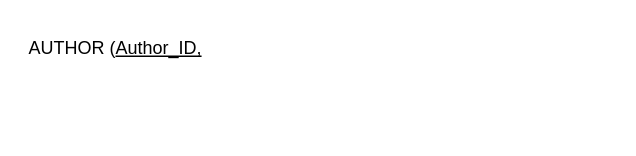
The draw.io diagram Relational_DB_schema.drawio in S0ra1n0/Database_Programming, before the edit. Source tidied: cells renumbered, new cells numbered last; positions are measured from the earlier drawing's top-left corner, leaving out a move shared by most shapes. Both pictures are drawn from the tidied source at 150%, with x=0, y=0 at pixel (26, 26).
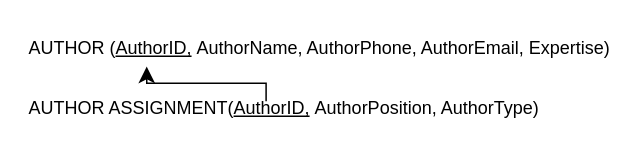
The same diagram, later.

Commit message (it also covers changes not shown here):
Cập nhật Relational_DB_schema.drawio

Change to the diagram source:
```diff
@@
 <mxGraphModel>
   <root>
     <mxCell id="0" />
     <mxCell id="1" parent="0" />
-    <mxCell id="2" value="AUTHOR (&lt;u&gt;Author_ID,&lt;/u&gt;&amp;nbsp;" style="text;html=1;whiteSpace=wrap;strokeColor=none;fillColor=none;align=left;verticalAlign=middle;rounded=0;" parent="1" vertex="1">
-      <mxGeometry width="340" height="30" as="geometry" />
+    <mxCell id="2" value="AUTHOR (&lt;u&gt;AuthorID,&lt;/u&gt;&amp;nbsp;AuthorName, AuthorPhone, AuthorEmail, Expertise)" style="text;html=1;whiteSpace=wrap;strokeColor=none;fillColor=none;align=left;verticalAlign=middle;rounded=0;" parent="1" vertex="1">
+      <mxGeometry width="390" height="30" as="geometry" />
     </mxCell>
+    <mxCell id="3" value="AUTHOR ASSIGNMENT(&lt;u&gt;AuthorID,&lt;/u&gt;&amp;nbsp;AuthorPosition, AuthorType)" style="text;html=1;whiteSpace=wrap;strokeColor=none;fillColor=none;align=left;verticalAlign=middle;rounded=0;" parent="1" vertex="1">
+      <mxGeometry y="40" width="390" height="30" as="geometry" />
+    </mxCell>
+    <mxCell id="4" style="elbow=vertical;endArrow=classic;html=1;rounded=0;endSize=8;startSize=8;edgeStyle=elbowEdgeStyle;exitX=0.41;exitY=0.333;exitDx=0;exitDy=0;exitPerimeter=0;entryX=0.206;entryY=0.897;entryDx=0;entryDy=0;entryPerimeter=0;" parent="1" edge="1" source="3" target="2">
+      <mxGeometry relative="1" as="geometry" />
+    </mxCell>
   </root>
 </mxGraphModel>
```
